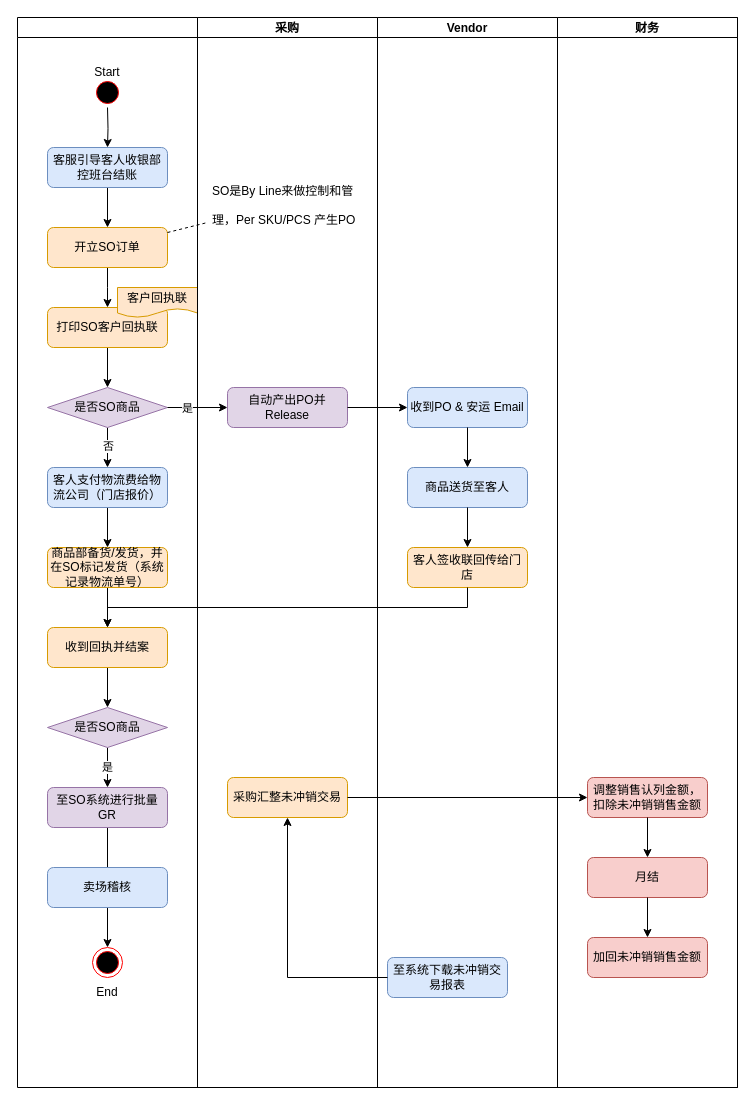
This is page "SO销售业务流程-TOBE" (3 of 7) of Special Order.drawio from luss613/draw.io, a draw.io file, before an edit. Source tidied: cells renumbered, new cells numbered last; positions are measured from the earlier drawing's top-left corner, leaving out a move shared by most shapes. Both pictures are drawn from the tidied source at 100%, with x=0, y=0 at pixel (17, 17).
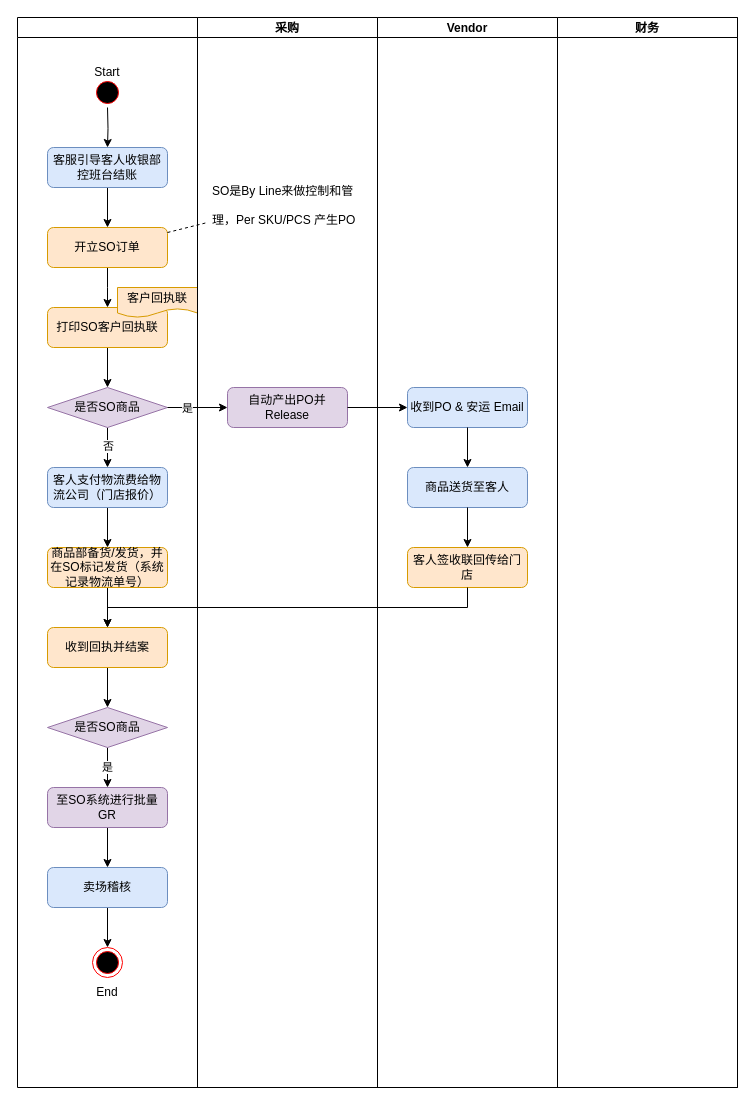
The same diagram, later.

Unchanged cells that the change refers to:
```xml
<mxCell id="2" value="卖场" style="swimlane;startSize=20;" parent="1" vertex="1">
  <mxGeometry width="720" height="1070" as="geometry" />
</mxCell>
<mxCell id="16" value="财务" style="swimlane;startSize=20;" parent="2" vertex="1">
  <mxGeometry x="540" width="180" height="1070" as="geometry" />
</mxCell>
<mxCell id="30" value="至SO系统进行批量GR" style="rounded=1;whiteSpace=wrap;html=1;fontSize=12;glass=0;strokeWidth=1;shadow=0;fillColor=#e1d5e7;strokeColor=#9673a6;" parent="2" vertex="1">
  <mxGeometry x="30" y="770" width="120" height="40" as="geometry" />
</mxCell>
<mxCell id="34" style="ellipse;html=1;shape=endState;fillColor=#000000;strokeColor=#ff0000;" parent="2" vertex="1">
  <mxGeometry x="75" y="930" width="30" height="30" as="geometry" />
</mxCell>
<mxCell id="37" value="卖场稽核" style="rounded=1;whiteSpace=wrap;html=1;fontSize=12;glass=0;strokeWidth=1;shadow=0;fillColor=#dae8fc;strokeColor=#6c8ebf;" parent="2" vertex="1">
  <mxGeometry x="30" y="850" width="120" height="40" as="geometry" />
</mxCell>
<mxCell id="41" value="Vendor" style="swimlane;startSize=20;" parent="1" vertex="1">
  <mxGeometry x="360" width="180" height="1070" as="geometry" />
</mxCell>
```

Change to the diagram source:
```diff
@@
-    <mxCell id="17" value="采购汇整未冲销交易" style="rounded=1;whiteSpace=wrap;html=1;fontSize=12;glass=0;strokeWidth=1;shadow=0;fillColor=#ffe6cc;strokeColor=#d79b00;" parent="16" vertex="1">
-      <mxGeometry x="-330" y="760" width="120" height="40" as="geometry" />
-    </mxCell>
-    <mxCell id="18" value="调整销售认列金额，扣除未冲销销售金额" style="rounded=1;whiteSpace=wrap;html=1;fontSize=12;glass=0;strokeWidth=1;shadow=0;fillColor=#f8cecc;strokeColor=#b85450;" parent="16" vertex="1">
-      <mxGeometry x="30" y="760" width="120" height="40" as="geometry" />
-    </mxCell>
-    <mxCell id="19" value="月结" style="rounded=1;whiteSpace=wrap;html=1;fontSize=12;glass=0;strokeWidth=1;shadow=0;fillColor=#f8cecc;strokeColor=#b85450;" parent="16" vertex="1">
-      <mxGeometry x="30" y="840" width="120" height="40" as="geometry" />
-    </mxCell>
-    <mxCell id="20" value="加回未冲销销售金额" style="rounded=1;whiteSpace=wrap;html=1;fontSize=12;glass=0;strokeWidth=1;shadow=0;fillColor=#f8cecc;strokeColor=#b85450;" parent="16" vertex="1">
-      <mxGeometry x="30" y="920" width="120" height="40" as="geometry" />
-    </mxCell>
-    <mxCell id="21" style="edgeStyle=orthogonalEdgeStyle;rounded=0;jettySize=auto;html=1;" parent="16" edge="1" source="18" target="19">
-      <mxGeometry relative="1" as="geometry" />
-    </mxCell>
-    <mxCell id="22" style="edgeStyle=orthogonalEdgeStyle;rounded=0;jettySize=auto;html=1;" parent="16" edge="1" source="19" target="20">
-      <mxGeometry relative="1" as="geometry" />
-    </mxCell>
-    <mxCell id="23" style="edgeStyle=orthogonalEdgeStyle;rounded=0;jettySize=auto;html=1;entryX=0;entryY=0.5;entryDx=0;entryDy=0;" parent="16" edge="1" source="17" target="18">
-      <mxGeometry relative="1" as="geometry" />
-    </mxCell>
@@
-    <mxCell id="29" style="edgeStyle=orthogonalEdgeStyle;rounded=0;jettySize=auto;html=1;" parent="2" edge="1" source="30" target="34">
+    <mxCell id="29" style="edgeStyle=orthogonalEdgeStyle;rounded=0;jettySize=auto;html=1;entryX=0.5;entryY=0;entryDx=0;entryDy=0;" parent="2" edge="1" source="30" target="37">
       <mxGeometry relative="1" as="geometry" />
     </mxCell>
@@
+    <mxCell id="53" style="edgeStyle=orthogonalEdgeStyle;rounded=0;jettySize=auto;html=1;entryX=0.5;entryY=0;entryDx=0;entryDy=0;" parent="2" edge="1" source="37" target="34">
+      <mxGeometry relative="1" as="geometry" />
+    </mxCell>
@@
-    <mxCell id="44" value="至系统下载未冲销交易报表" style="rounded=1;whiteSpace=wrap;html=1;fontSize=12;glass=0;strokeWidth=1;shadow=0;fillColor=#dae8fc;strokeColor=#6c8ebf;" parent="41" vertex="1">
-      <mxGeometry x="10" y="940" width="120" height="40" as="geometry" />
-    </mxCell>
@@
-    <mxCell id="52" style="edgeStyle=orthogonalEdgeStyle;rounded=0;jettySize=auto;html=1;" parent="1" edge="1" source="44" target="17">
-      <mxGeometry relative="1" as="geometry" />
-    </mxCell>
```
